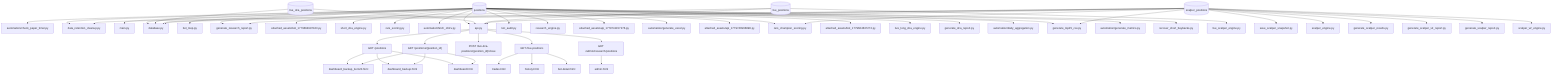
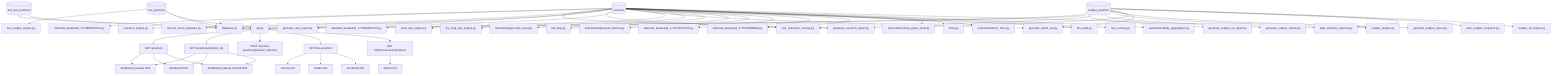
graph TD
+     positions[("positions")] --> attached_assets_bot_1779664997163_py["attached_assets/bot_1779664997163.py"]
+     positions[("positions")] --> database_py["database.py"]
+     positions[("positions")] --> generate_research_report_py["generate_research_report.py"]
+     positions[("positions")] --> research_engine_py["research_engine.py"]
+     positions[("positions")] --> api_py["api.py"]
+     positions[("positions")] --> recover_short_buybacks_py["recover_short_buybacks.py"]
+     positions[("positions")] --> rars_champion_scoring_py["rars_champion_scoring.py"]
+     positions[("positions")] --> generate_dca_report_py["generate_dca_report.py"]
+     positions[("positions")] --> generate_top25_csv_py["generate_top25_csv.py"]
+     positions[("positions")] --> attached_assets_bot_1779664637272_py["attached_assets/bot_1779664637272.py"]
+     positions[("positions")] --> short_dca_engine_py["short_dca_engine.py"]
+     positions[("positions")] --> live_long_dca_engine_py["live_long_dca_engine.py"]
+     positions[("positions")] --> automation_generate_excel_py["automation/generate_excel.py"]
+     positions[("positions")] --> bot_loop_py["bot_loop.py"]
+     positions[("positions")] --> automation_generate_metrics_py["automation/generate_metrics.py"]
+     positions[("positions")] --> attached_assets_api_1779741157276_py["attached_assets/api_1779741157276.py"]
+     positions[("positions")] --> attached_assets_api_1779740966898_py["attached_assets/api_1779740966898.py"]
    positions[("positions")] --> automation_check_paper_timer_py["automation/check_paper_timer.py"]
+     positions[("positions")] --> main_py["main.py"]
+     positions[("positions")] --> automation_fetch_ohlcv_py["automation/fetch_ohlcv.py"]
+     positions[("positions")] --> bot_audit_py["bot_audit.py"]
+     positions[("positions")] --> rars_scoring_py["rars_scoring.py"]
+     positions[("positions")] --> automation_daily_aggregation_py["automation/daily_aggregation.py"]
    positions[("positions")] --> data_retention_cleanup_py["data_retention_cleanup.py"]
-     positions[("positions")] --> main_py["main.py"]
-     positions[("positions")] --> database_py["database.py"]
-     positions[("positions")] --> bot_loop_py["bot_loop.py"]
-     positions[("positions")] --> generate_research_report_py["generate_research_report.py"]
-     positions[("positions")] --> attached_assets_bot_1779664997163_py["attached_assets/bot_1779664997163.py"]
-     positions[("positions")] --> short_dca_engine_py["short_dca_engine.py"]
-     positions[("positions")] --> rars_scoring_py["rars_scoring.py"]
-     positions[("positions")] --> automation_fetch_ohlcv_py["automation/fetch_ohlcv.py"]
-     positions[("positions")] --> api_py["api.py"]
-     positions[("positions")] --> bot_audit_py["bot_audit.py"]
-     positions[("positions")] --> research_engine_py["research_engine.py"]
-     positions[("positions")] --> attached_assets_api_1779741157276_py["attached_assets/api_1779741157276.py"]
-     positions[("positions")] --> automation_generate_excel_py["automation/generate_excel.py"]
-     positions[("positions")] --> attached_assets_api_1779740966898_py["attached_assets/api_1779740966898.py"]
-     positions[("positions")] --> rars_champion_scoring_py["rars_champion_scoring.py"]
-     positions[("positions")] --> attached_assets_bot_1779664637272_py["attached_assets/bot_1779664637272.py"]
-     positions[("positions")] --> live_long_dca_engine_py["live_long_dca_engine.py"]
-     positions[("positions")] --> generate_dca_report_py["generate_dca_report.py"]
-     positions[("positions")] --> automation_daily_aggregation_py["automation/daily_aggregation.py"]
-     positions[("positions")] --> generate_top25_csv_py["generate_top25_csv.py"]
-     positions[("positions")] --> automation_generate_metrics_py["automation/generate_metrics.py"]
-     positions[("positions")] --> recover_short_buybacks_py["recover_short_buybacks.py"]
    live_dca_positions[("live_dca_positions")] --> api_py["api.py"]
    live_dca_positions[("live_dca_positions")] --> database_py["database.py"]
+     live_positions[("live_positions")] --> live_scalper_engine_py["live_scalper_engine.py"]
    live_positions[("live_positions")] --> api_py["api.py"]
-     live_positions[("live_positions")] --> live_scalper_engine_py["live_scalper_engine.py"]
    live_positions[("live_positions")] --> database_py["database.py"]
+     scalper_positions[("scalper_positions")] --> api_py["api.py"]
+     scalper_positions[("scalper_positions")] --> database_py["database.py"]
+     scalper_positions[("scalper_positions")] --> generate_scalper_v2_report_py["generate_scalper_v2_report.py"]
+     scalper_positions[("scalper_positions")] --> rars_champion_scoring_py["rars_champion_scoring.py"]
+     scalper_positions[("scalper_positions")] --> generate_scalper_results_py["generate_scalper_results.py"]
+     scalper_positions[("scalper_positions")] --> scalper_engine_py["scalper_engine.py"]
+     scalper_positions[("scalper_positions")] --> generate_scalper_report_py["generate_scalper_report.py"]
+     scalper_positions[("scalper_positions")] --> generate_top25_csv_py["generate_top25_csv.py"]
+     scalper_positions[("scalper_positions")] --> generate_research_report_py["generate_research_report.py"]
+     scalper_positions[("scalper_positions")] --> save_scalper_snapshot_py["save_scalper_snapshot.py"]
+     scalper_positions[("scalper_positions")] --> scalper_v2_engine_py["scalper_v2_engine.py"]
    scalper_positions[("scalper_positions")] --> data_retention_cleanup_py["data_retention_cleanup.py"]
-     scalper_positions[("scalper_positions")] --> rars_champion_scoring_py["rars_champion_scoring.py"]
-     scalper_positions[("scalper_positions")] --> save_scalper_snapshot_py["save_scalper_snapshot.py"]
-     scalper_positions[("scalper_positions")] --> scalper_engine_py["scalper_engine.py"]
-     scalper_positions[("scalper_positions")] --> generate_scalper_results_py["generate_scalper_results.py"]
-     scalper_positions[("scalper_positions")] --> database_py["database.py"]
-     scalper_positions[("scalper_positions")] --> generate_top25_csv_py["generate_top25_csv.py"]
-     scalper_positions[("scalper_positions")] --> api_py["api.py"]
-     scalper_positions[("scalper_positions")] --> generate_scalper_v2_report_py["generate_scalper_v2_report.py"]
-     scalper_positions[("scalper_positions")] --> generate_scalper_report_py["generate_scalper_report.py"]
-     scalper_positions[("scalper_positions")] --> generate_research_report_py["generate_research_report.py"]
-     scalper_positions[("scalper_positions")] --> scalper_v2_engine_py["scalper_v2_engine.py"]
    api_py --> _positions["GET /positions"]
-     _positions --> dashboard_backup_item23_html["dashboard_backup_item23.html"]
    _positions --> dashboard_backup_html["dashboard_backup.html"]
    _positions --> dashboard_html["dashboard.html"]
+     _positions --> dashboard_backup_item23_html["dashboard_backup_item23.html"]
    api_py --> _positions_position_id["GET /positions/{position_id}"]
-     _positions_position_id --> dashboard_backup_item23_html["dashboard_backup_item23.html"]
    _positions_position_id --> dashboard_backup_html["dashboard_backup.html"]
    _positions_position_id --> dashboard_html["dashboard.html"]
+     _positions_position_id --> dashboard_backup_item23_html["dashboard_backup_item23.html"]
    api_py --> _live-dca-positions_position_id_close["POST /live-dca-positions/{position_id}/close"]
    api_py --> _live-positions["GET /live-positions"]
+     _live-positions --> history_html["history.html"]
    _live-positions --> trades_html["trades.html"]
-     _live-positions --> history_html["history.html"]
    _live-positions --> bot-detail_html["bot-detail.html"]
    api_py --> _admin_research_positions["GET /admin/research/positions"]
    _admin_research_positions --> admin_html["admin.html"]
